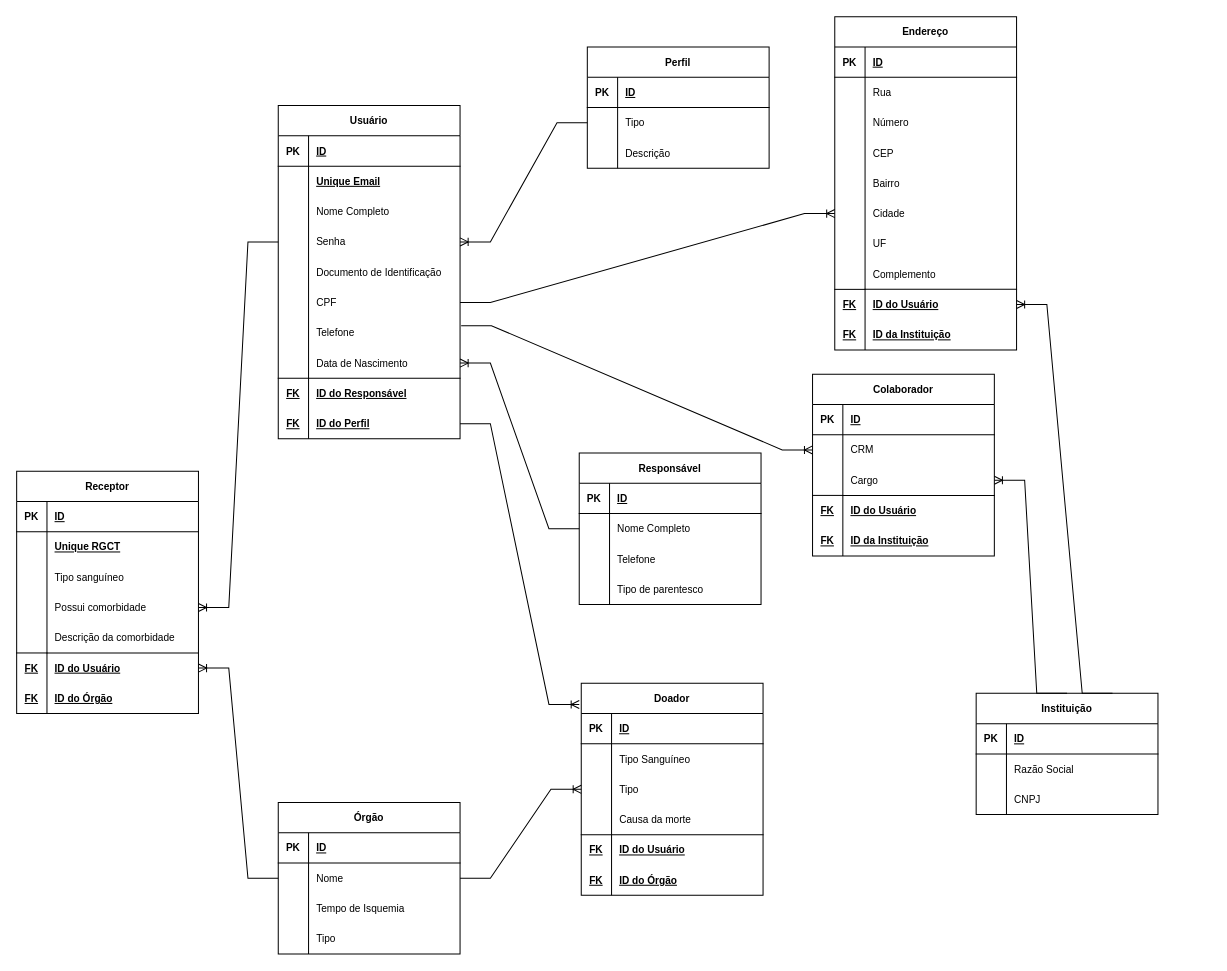
Before: page "Modelo Lógico" (2 of 2) of DER/DER-SDTO.drawio in squadlovelace/sdto-data-model, a draw.io diagram. Source tidied: cells renumbered, new cells numbered last; positions are measured from the earlier drawing's top-left corner, leaving out a move shared by most shapes. Both pictures are drawn from the tidied source at 101%, with x=0, y=0 at pixel (16, 16).
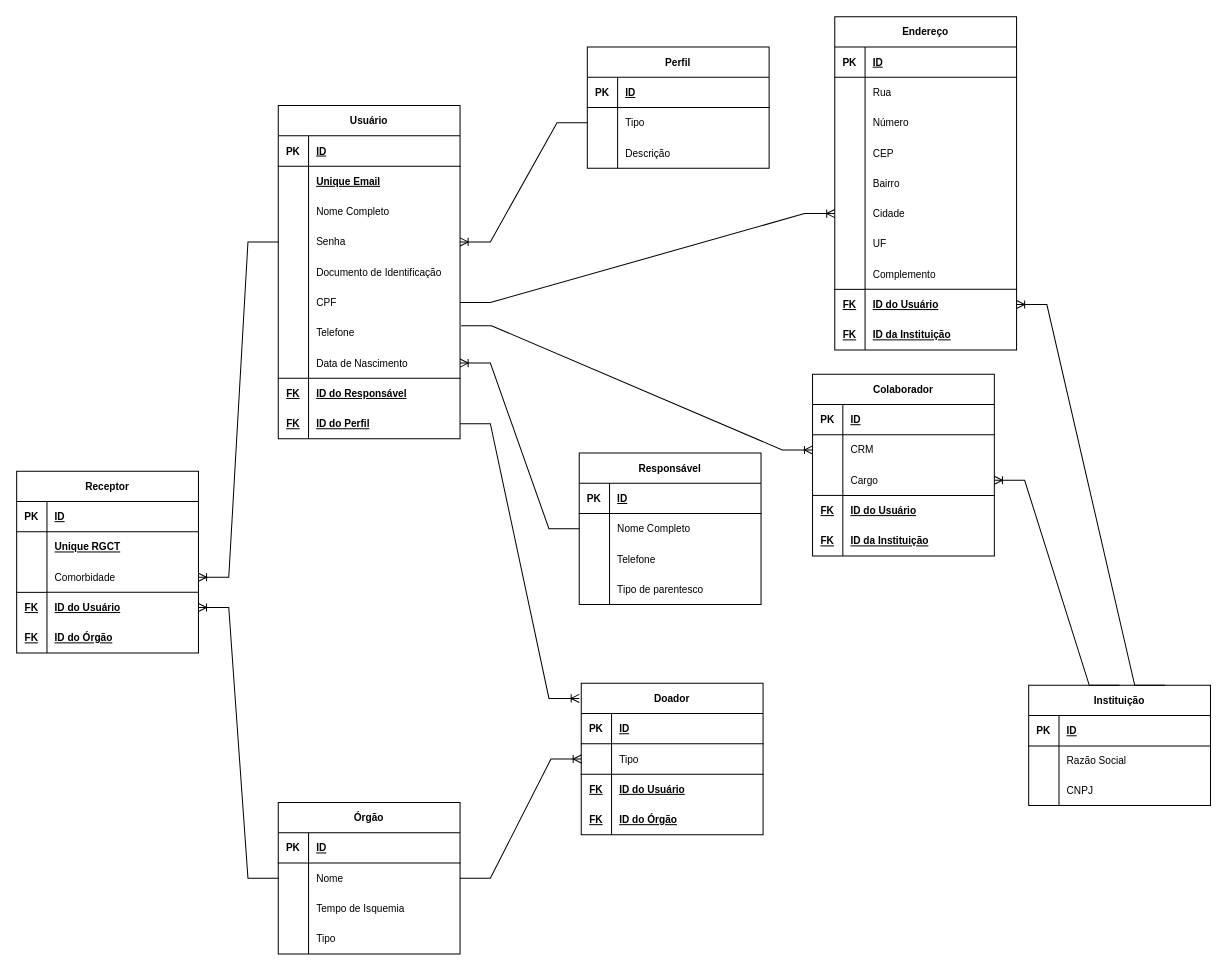
After the change.

The edit, as a diff of the source:
```diff
@@
     <mxCell id="87" value="Instituição" style="shape=table;startSize=30;childLayout=tableLayout;rowLines=0;fontStyle=1;align=center;fontSize=10;" parent="1" vertex="1">
-      <mxGeometry x="950" y="670" width="180" height="120" as="geometry" />
+      <mxGeometry x="1002" y="662" width="180" height="119" as="geometry" />
     </mxCell>
@@
     <mxCell id="91" style="shape=tableRow;horizontal=0;startSize=0;swimlaneHead=0;swimlaneBody=0;fillColor=none;top=0;left=0;right=0;bottom=0;fontSize=10;" parent="87" vertex="1">
-      <mxGeometry y="60" width="180" height="30" as="geometry" />
+      <mxGeometry y="60" width="180" height="29" as="geometry" />
     </mxCell>
     <mxCell id="92" style="shape=partialRectangle;fillColor=none;top=0;left=0;bottom=0;right=0;overflow=hidden;fontSize=10;" parent="91" vertex="1">
-      <mxGeometry width="30" height="30" as="geometry" />
+      <mxGeometry width="30" height="29" as="geometry" />
     </mxCell>
     <mxCell id="93" value="Razão Social" style="shape=partialRectangle;fillColor=none;top=0;left=0;bottom=0;right=0;align=left;spacingLeft=6;overflow=hidden;fontSize=10;" parent="91" vertex="1">
-      <mxGeometry x="30" width="150" height="30" as="geometry" />
+      <mxGeometry x="30" width="150" height="29" as="geometry" />
     </mxCell>
     <mxCell id="94" style="shape=tableRow;horizontal=0;startSize=0;swimlaneHead=0;swimlaneBody=0;fillColor=none;top=0;left=0;right=0;bottom=0;fontSize=10;" parent="87" vertex="1">
-      <mxGeometry y="90" width="180" height="30" as="geometry" />
+      <mxGeometry y="89" width="180" height="30" as="geometry" />
     </mxCell>
@@
     <mxCell id="113" value="Receptor" style="shape=table;startSize=30;childLayout=tableLayout;rowLines=0;fontStyle=1;align=center;fontSize=10;" parent="1" vertex="1">
-      <mxGeometry y="450" width="180" height="240" as="geometry" />
+      <mxGeometry y="450" width="180" height="180" as="geometry" />
     </mxCell>
@@
-    <mxCell id="120" style="shape=tableRow;horizontal=0;startSize=0;swimlaneHead=0;swimlaneBody=0;fillColor=none;top=0;left=0;right=0;bottom=0;fontSize=10;" parent="113" vertex="1">
-      <mxGeometry y="90" width="180" height="30" as="geometry" />
-    </mxCell>
-    <mxCell id="121" style="shape=partialRectangle;fillColor=none;top=0;left=0;bottom=0;right=0;overflow=hidden;fontSize=10;" parent="120" vertex="1">
-      <mxGeometry width="30" height="30" as="geometry" />
-    </mxCell>
-    <mxCell id="122" value="Tipo sanguíneo" style="shape=partialRectangle;fillColor=none;top=0;left=0;bottom=0;right=0;align=left;spacingLeft=6;overflow=hidden;fontSize=10;" parent="120" vertex="1">
-      <mxGeometry x="30" width="150" height="30" as="geometry" />
-    </mxCell>
     <mxCell id="123" style="shape=tableRow;horizontal=0;startSize=0;swimlaneHead=0;swimlaneBody=0;fillColor=none;points=[[0,0.5],[1,0.5]];portConstraint=eastwest;top=0;left=0;right=0;bottom=0;fontSize=10;" parent="113" vertex="1">
-      <mxGeometry y="120" width="180" height="30" as="geometry" />
+      <mxGeometry y="90" width="180" height="30" as="geometry" />
     </mxCell>
@@
-    <mxCell id="125" value="Possui comorbidade " style="shape=partialRectangle;fillColor=none;top=0;left=0;bottom=0;right=0;align=left;spacingLeft=6;overflow=hidden;fontSize=10;" parent="123" vertex="1">
+    <mxCell id="125" value="Comorbidade" style="shape=partialRectangle;fillColor=none;top=0;left=0;bottom=0;right=0;align=left;spacingLeft=6;overflow=hidden;fontSize=10;" parent="123" vertex="1">
       <mxGeometry x="30" width="150" height="30" as="geometry" />
     </mxCell>
-    <mxCell id="126" style="shape=tableRow;horizontal=0;startSize=0;swimlaneHead=0;swimlaneBody=0;fillColor=none;top=0;left=0;right=0;bottom=0;fontSize=10;" parent="113" vertex="1">
-      <mxGeometry y="150" width="180" height="30" as="geometry" />
-    </mxCell>
-    <mxCell id="127" style="shape=partialRectangle;fillColor=none;top=0;left=0;bottom=0;right=0;overflow=hidden;fontSize=10;" parent="126" vertex="1">
-      <mxGeometry width="30" height="30" as="geometry" />
-    </mxCell>
-    <mxCell id="128" value="Descrição da comorbidade" style="shape=partialRectangle;fillColor=none;top=0;left=0;bottom=0;right=0;align=left;spacingLeft=6;overflow=hidden;fontSize=10;" parent="126" vertex="1">
-      <mxGeometry x="30" width="150" height="30" as="geometry" />
-    </mxCell>
     <mxCell id="129" style="shape=tableRow;horizontal=0;startSize=0;swimlaneHead=0;swimlaneBody=0;fillColor=none;points=[[0,0.5],[1,0.5]];portConstraint=eastwest;top=0;left=0;right=0;bottom=0;fontSize=10;" parent="113" vertex="1">
-      <mxGeometry y="180" width="180" height="30" as="geometry" />
+      <mxGeometry y="120" width="180" height="30" as="geometry" />
     </mxCell>
@@
     <mxCell id="132" style="shape=tableRow;horizontal=0;startSize=0;swimlaneHead=0;swimlaneBody=0;fillColor=none;top=0;left=0;right=0;bottom=0;fontSize=10;" parent="113" vertex="1">
-      <mxGeometry y="210" width="180" height="30" as="geometry" />
+      <mxGeometry y="150" width="180" height="30" as="geometry" />
     </mxCell>
@@
     <mxCell id="148" value="Doador" style="shape=table;startSize=30;childLayout=tableLayout;rowLines=0;fontStyle=1;align=center;fontSize=10;" parent="1" vertex="1">
-      <mxGeometry x="559" y="660" width="180" height="210" as="geometry" />
+      <mxGeometry x="559" y="660" width="180" height="150" as="geometry" />
     </mxCell>
@@
-    <mxCell id="152" style="shape=tableRow;horizontal=0;startSize=0;swimlaneHead=0;swimlaneBody=0;fillColor=none;top=0;left=0;right=0;bottom=0;fontSize=10;" parent="148" vertex="1">
-      <mxGeometry y="60" width="180" height="30" as="geometry" />
-    </mxCell>
-    <mxCell id="153" style="shape=partialRectangle;fillColor=none;top=0;left=0;bottom=0;right=0;overflow=hidden;fontSize=10;" parent="152" vertex="1">
-      <mxGeometry width="30" height="30" as="geometry" />
-    </mxCell>
-    <mxCell id="154" value="Tipo Sanguíneo" style="shape=partialRectangle;fillColor=none;top=0;left=0;bottom=0;right=0;align=left;spacingLeft=6;overflow=hidden;fontSize=10;" parent="152" vertex="1">
-      <mxGeometry x="30" width="150" height="30" as="geometry" />
-    </mxCell>
     <mxCell id="155" style="shape=tableRow;horizontal=0;startSize=0;swimlaneHead=0;swimlaneBody=0;fillColor=none;points=[[0,0.5],[1,0.5]];portConstraint=eastwest;top=0;left=0;right=0;bottom=0;fontSize=10;" parent="148" vertex="1">
-      <mxGeometry y="90" width="180" height="30" as="geometry" />
+      <mxGeometry y="60" width="180" height="30" as="geometry" />
     </mxCell>
@@
-    <mxCell id="158" style="shape=tableRow;horizontal=0;startSize=0;swimlaneHead=0;swimlaneBody=0;fillColor=none;top=0;left=0;right=0;bottom=0;fontSize=10;" parent="148" vertex="1">
-      <mxGeometry y="120" width="180" height="30" as="geometry" />
-    </mxCell>
-    <mxCell id="159" style="shape=partialRectangle;fillColor=none;top=0;left=0;bottom=0;right=0;overflow=hidden;fontSize=10;" parent="158" vertex="1">
-      <mxGeometry width="30" height="30" as="geometry" />
-    </mxCell>
-    <mxCell id="160" value="Causa da morte" style="shape=partialRectangle;fillColor=none;top=0;left=0;bottom=0;right=0;align=left;spacingLeft=6;overflow=hidden;fontSize=10;" parent="158" vertex="1">
-      <mxGeometry x="30" width="150" height="30" as="geometry" />
-    </mxCell>
     <mxCell id="161" style="shape=tableRow;horizontal=0;startSize=0;swimlaneHead=0;swimlaneBody=0;fillColor=none;top=0;left=0;right=0;bottom=0;fontSize=10;" parent="148" vertex="1">
-      <mxGeometry y="150" width="180" height="30" as="geometry" />
+      <mxGeometry y="90" width="180" height="30" as="geometry" />
     </mxCell>
@@
     <mxCell id="164" style="shape=tableRow;horizontal=0;startSize=0;swimlaneHead=0;swimlaneBody=0;fillColor=none;top=0;left=0;right=0;bottom=0;fontSize=10;" parent="148" vertex="1">
-      <mxGeometry y="180" width="180" height="30" as="geometry" />
+      <mxGeometry y="120" width="180" height="30" as="geometry" />
     </mxCell>
```
